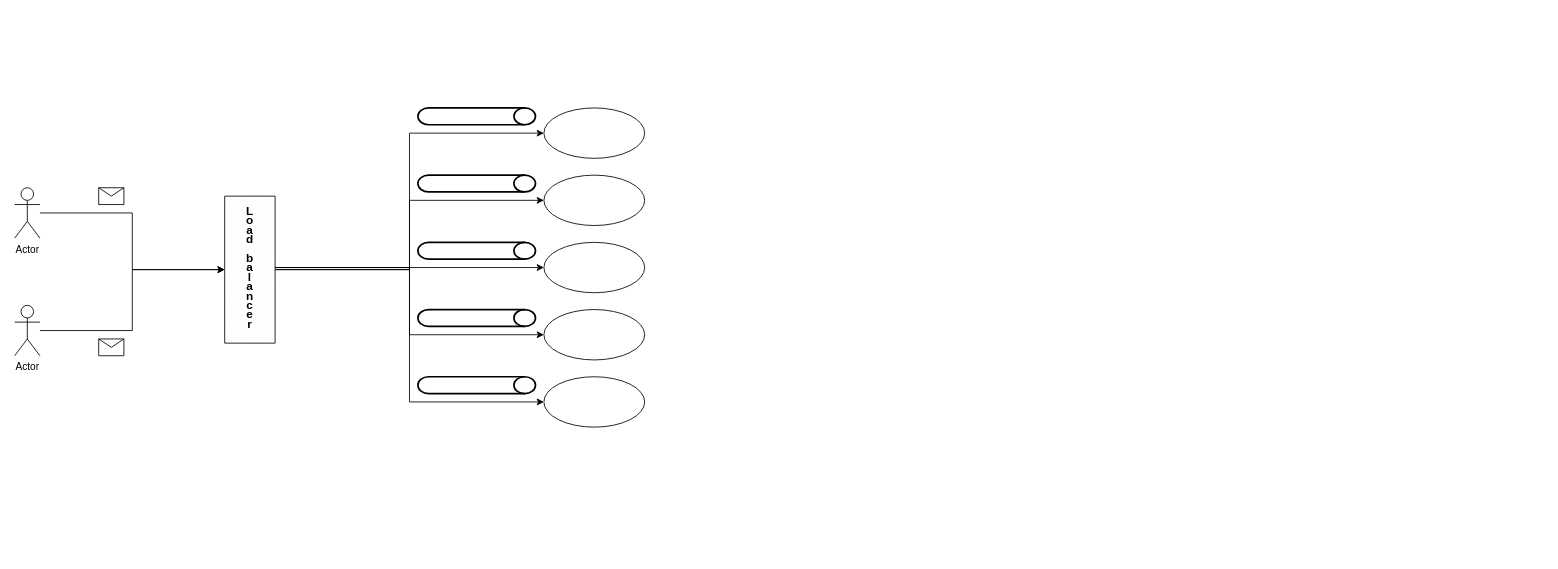
Before: msgLengthCntAggrigator.drawio in mr-optimizer/System_architecture_diagrams, a draw.io diagram. Source tidied: cells renumbered, new cells numbered last; positions are measured from the earlier drawing's top-left corner, leaving out a move shared by most shapes. Both pictures are drawn from the tidied source at 84%, with x=0, y=0 at pixel (14, 108).
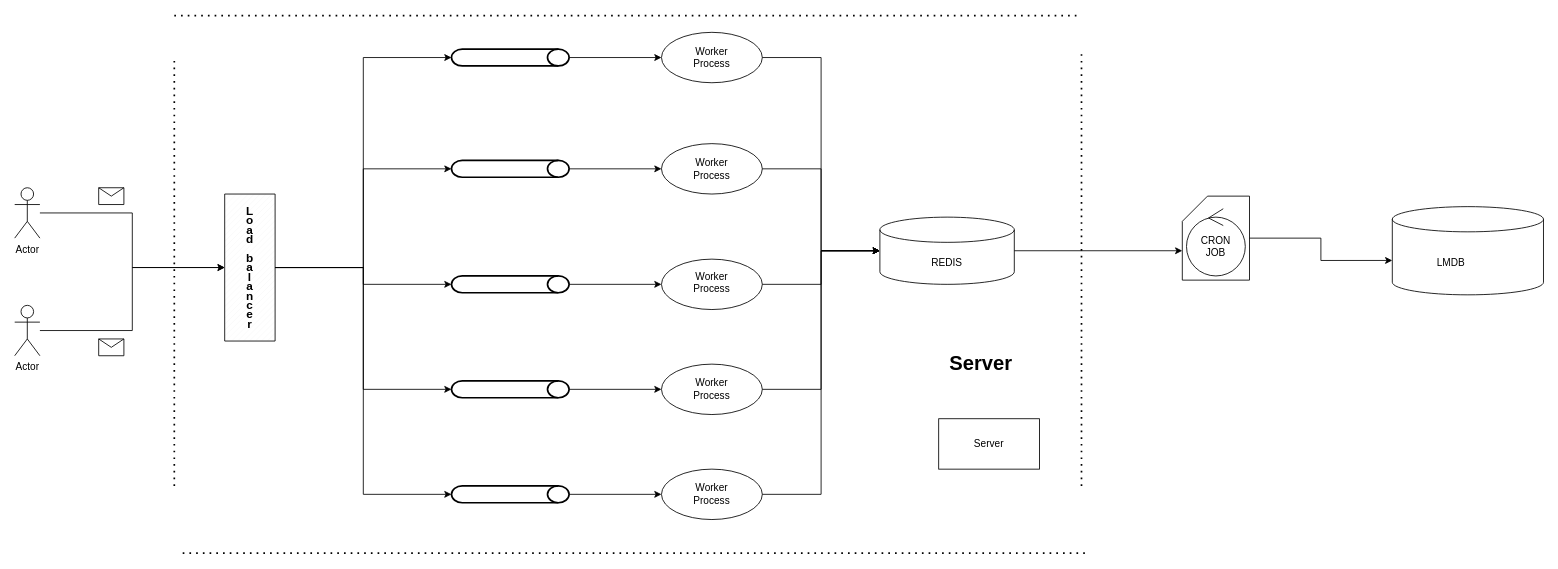
Above is the later version.

The change refers to these unchanged cells:
```xml
<mxCell id="14" value="&lt;p style=&quot;line-height: 80%; font-size: 14px;&quot;&gt;&lt;b&gt;L&lt;br&gt;o&lt;br&gt;a&lt;br&gt;d&lt;br&gt;&lt;br&gt;b&lt;br&gt;a&lt;br&gt;l&lt;br&gt;a&lt;br&gt;n&lt;br&gt;c&lt;br&gt;e&lt;br&gt;r&lt;/b&gt;&lt;/p&gt;" style="text;html=1;strokeColor=none;fillColor=none;align=center;verticalAlign=middle;whiteSpace=wrap;rounded=0;" parent="1" vertex="1">
  <mxGeometry x="250" y="175" width="60" height="30" as="geometry" />
</mxCell>
```

Diff of the diagram source:
```diff
@@
-    <mxCell id="3" style="edgeStyle=orthogonalEdgeStyle;rounded=0;jettySize=auto;html=1;entryX=0;entryY=0.5;entryDx=0;entryDy=0;" parent="1" edge="1" source="5" target="15">
+    <mxCell id="3" style="edgeStyle=orthogonalEdgeStyle;rounded=0;jettySize=auto;html=1;entryX=0;entryY=0.5;entryDx=0;entryDy=0;entryPerimeter=0;" parent="1" edge="1" source="5" target="20">
       <mxGeometry relative="1" as="geometry" />
     </mxCell>
-    <mxCell id="4" style="edgeStyle=orthogonalEdgeStyle;rounded=0;jettySize=auto;html=1;entryX=0;entryY=0.5;entryDx=0;entryDy=0;" parent="1" edge="1" source="5" target="16">
+    <mxCell id="4" style="edgeStyle=orthogonalEdgeStyle;rounded=0;jettySize=auto;html=1;entryX=0;entryY=0.5;entryDx=0;entryDy=0;entryPerimeter=0;" parent="1" edge="1" source="5" target="21">
       <mxGeometry relative="1" as="geometry" />
     </mxCell>
     <mxCell id="5" style="verticalLabelPosition=bottom;verticalAlign=top;html=1;shape=mxgraph.basic.patternFillRect;fillStyle=diag;step=5;fillStrokeWidth=0.2;fillStrokeColor=#dddddd;" parent="1" vertex="1">
-      <mxGeometry x="250" y="105" width="60" height="175" as="geometry" />
+      <mxGeometry x="250" y="102.5" width="60" height="175" as="geometry" />
     </mxCell>
@@
-    <mxCell id="11" style="edgeStyle=orthogonalEdgeStyle;rounded=0;jettySize=auto;html=1;entryX=0;entryY=0.5;entryDx=0;entryDy=0;" parent="1" edge="1" source="14" target="17">
+    <mxCell id="11" style="edgeStyle=orthogonalEdgeStyle;rounded=0;jettySize=auto;html=1;entryX=0;entryY=0.5;entryDx=0;entryDy=0;entryPerimeter=0;" parent="1" edge="1" source="14" target="22">
       <mxGeometry relative="1" as="geometry" />
     </mxCell>
-    <mxCell id="12" style="edgeStyle=orthogonalEdgeStyle;rounded=0;jettySize=auto;html=1;entryX=0;entryY=0.5;entryDx=0;entryDy=0;" parent="1" edge="1" source="14" target="18">
+    <mxCell id="12" style="edgeStyle=orthogonalEdgeStyle;rounded=0;jettySize=auto;html=1;entryX=0;entryY=0.5;entryDx=0;entryDy=0;entryPerimeter=0;" parent="1" edge="1" source="14" target="23">
       <mxGeometry relative="1" as="geometry" />
     </mxCell>
-    <mxCell id="13" style="edgeStyle=orthogonalEdgeStyle;rounded=0;jettySize=auto;html=1;entryX=0;entryY=0.5;entryDx=0;entryDy=0;" parent="1" edge="1" source="14" target="19">
+    <mxCell id="13" style="edgeStyle=orthogonalEdgeStyle;rounded=0;jettySize=auto;html=1;entryX=0;entryY=0.5;entryDx=0;entryDy=0;entryPerimeter=0;" parent="1" edge="1" source="14" target="24">
       <mxGeometry relative="1" as="geometry" />
     </mxCell>
@@
     <mxCell id="15" style="ellipse;whiteSpace=wrap;html=1;" parent="1" vertex="1">
-      <mxGeometry x="630" width="120" height="60" as="geometry" />
+      <mxGeometry x="770" y="-90" width="120" height="60" as="geometry" />
     </mxCell>
     <mxCell id="16" style="ellipse;whiteSpace=wrap;html=1;" parent="1" vertex="1">
-      <mxGeometry x="630" y="80" width="120" height="60" as="geometry" />
+      <mxGeometry x="770" y="42.5" width="120" height="60" as="geometry" />
     </mxCell>
     <mxCell id="17" style="ellipse;whiteSpace=wrap;html=1;" parent="1" vertex="1">
-      <mxGeometry x="630" y="160" width="120" height="60" as="geometry" />
+      <mxGeometry x="770" y="180" width="120" height="60" as="geometry" />
     </mxCell>
     <mxCell id="18" style="ellipse;whiteSpace=wrap;html=1;" parent="1" vertex="1">
-      <mxGeometry x="630" y="240" width="120" height="60" as="geometry" />
+      <mxGeometry x="770" y="305" width="120" height="60" as="geometry" />
     </mxCell>
     <mxCell id="19" style="ellipse;whiteSpace=wrap;html=1;" parent="1" vertex="1">
-      <mxGeometry x="630" y="320" width="120" height="60" as="geometry" />
+      <mxGeometry x="770" y="430" width="120" height="60" as="geometry" />
     </mxCell>
+    <mxCell id="25" style="edgeStyle=orthogonalEdgeStyle;rounded=0;jettySize=auto;html=1;entryX=0;entryY=0.5;entryDx=0;entryDy=0;" parent="1" edge="1" source="20" target="15">
+      <mxGeometry relative="1" as="geometry" />
+    </mxCell>
     <mxCell id="20" style="strokeWidth=2;html=1;shape=mxgraph.flowchart.direct_data;whiteSpace=wrap;" parent="1" vertex="1">
-      <mxGeometry x="480" width="140" height="20" as="geometry" />
+      <mxGeometry x="520" y="-70" width="140" height="20" as="geometry" />
     </mxCell>
+    <mxCell id="26" style="edgeStyle=orthogonalEdgeStyle;rounded=0;jettySize=auto;html=1;entryX=0;entryY=0.5;entryDx=0;entryDy=0;" parent="1" edge="1" source="21" target="16">
+      <mxGeometry relative="1" as="geometry" />
+    </mxCell>
     <mxCell id="21" style="strokeWidth=2;html=1;shape=mxgraph.flowchart.direct_data;whiteSpace=wrap;" parent="1" vertex="1">
-      <mxGeometry x="480" y="80" width="140" height="20" as="geometry" />
+      <mxGeometry x="520" y="62.5" width="140" height="20" as="geometry" />
     </mxCell>
+    <mxCell id="27" style="edgeStyle=orthogonalEdgeStyle;rounded=0;jettySize=auto;html=1;entryX=0;entryY=0.5;entryDx=0;entryDy=0;" parent="1" edge="1" source="22" target="17">
+      <mxGeometry relative="1" as="geometry" />
+    </mxCell>
     <mxCell id="22" style="strokeWidth=2;html=1;shape=mxgraph.flowchart.direct_data;whiteSpace=wrap;" parent="1" vertex="1">
-      <mxGeometry x="480" y="160" width="140" height="20" as="geometry" />
+      <mxGeometry x="520" y="200" width="140" height="20" as="geometry" />
     </mxCell>
+    <mxCell id="28" style="edgeStyle=orthogonalEdgeStyle;rounded=0;jettySize=auto;html=1;entryX=0;entryY=0.5;entryDx=0;entryDy=0;" parent="1" edge="1" source="23" target="18">
+      <mxGeometry relative="1" as="geometry" />
+    </mxCell>
     <mxCell id="23" style="strokeWidth=2;html=1;shape=mxgraph.flowchart.direct_data;whiteSpace=wrap;" parent="1" vertex="1">
-      <mxGeometry x="480" y="240" width="140" height="20" as="geometry" />
+      <mxGeometry x="520" y="325" width="140" height="20" as="geometry" />
     </mxCell>
+    <mxCell id="29" style="edgeStyle=orthogonalEdgeStyle;rounded=0;jettySize=auto;html=1;entryX=0;entryY=0.5;entryDx=0;entryDy=0;" parent="1" edge="1" source="24" target="19">
+      <mxGeometry relative="1" as="geometry" />
+    </mxCell>
     <mxCell id="24" style="strokeWidth=2;html=1;shape=mxgraph.flowchart.direct_data;whiteSpace=wrap;" parent="1" vertex="1">
-      <mxGeometry x="480" y="320" width="140" height="20" as="geometry" />
+      <mxGeometry x="520" y="450" width="140" height="20" as="geometry" />
     </mxCell>
+    <mxCell id="30" value="Worker&lt;br&gt;Process" style="text;html=1;strokeColor=none;fillColor=none;align=center;verticalAlign=middle;whiteSpace=wrap;rounded=0;" parent="1" vertex="1">
+      <mxGeometry x="800" y="-75" width="60" height="30" as="geometry" />
+    </mxCell>
+    <mxCell id="31" value="Worker&lt;br&gt;Process" style="text;html=1;strokeColor=none;fillColor=none;align=center;verticalAlign=middle;whiteSpace=wrap;rounded=0;" parent="1" vertex="1">
+      <mxGeometry x="800" y="57.5" width="60" height="30" as="geometry" />
+    </mxCell>
+    <mxCell id="32" value="Worker&lt;br&gt;Process" style="text;html=1;strokeColor=none;fillColor=none;align=center;verticalAlign=middle;whiteSpace=wrap;rounded=0;" parent="1" vertex="1">
+      <mxGeometry x="800" y="192.5" width="60" height="30" as="geometry" />
+    </mxCell>
+    <mxCell id="33" value="Worker&lt;br&gt;Process" style="text;html=1;strokeColor=none;fillColor=none;align=center;verticalAlign=middle;whiteSpace=wrap;rounded=0;" parent="1" vertex="1">
+      <mxGeometry x="800" y="320" width="60" height="30" as="geometry" />
+    </mxCell>
+    <mxCell id="34" value="Worker&lt;br&gt;Process" style="text;html=1;strokeColor=none;fillColor=none;align=center;verticalAlign=middle;whiteSpace=wrap;rounded=0;" parent="1" vertex="1">
+      <mxGeometry x="800" y="445" width="60" height="30" as="geometry" />
+    </mxCell>
+    <mxCell id="35" style="shape=cylinder3;whiteSpace=wrap;html=1;boundedLbl=1;backgroundOutline=1;size=15;" parent="1" vertex="1">
+      <mxGeometry x="1030" y="130" width="160" height="80" as="geometry" />
+    </mxCell>
+    <mxCell id="36" style="edgeStyle=orthogonalEdgeStyle;rounded=0;jettySize=auto;html=1;entryX=0;entryY=0.5;entryDx=0;entryDy=0;entryPerimeter=0;" parent="1" edge="1" source="15" target="35">
+      <mxGeometry relative="1" as="geometry" />
+    </mxCell>
+    <mxCell id="37" style="edgeStyle=orthogonalEdgeStyle;rounded=0;jettySize=auto;html=1;entryX=0;entryY=0.5;entryDx=0;entryDy=0;entryPerimeter=0;" parent="1" edge="1" source="16" target="35">
+      <mxGeometry relative="1" as="geometry" />
+    </mxCell>
+    <mxCell id="38" style="edgeStyle=orthogonalEdgeStyle;rounded=0;jettySize=auto;html=1;entryX=0;entryY=0.5;entryDx=0;entryDy=0;entryPerimeter=0;" parent="1" edge="1" source="17" target="35">
+      <mxGeometry relative="1" as="geometry" />
+    </mxCell>
+    <mxCell id="39" style="edgeStyle=orthogonalEdgeStyle;rounded=0;jettySize=auto;html=1;entryX=0;entryY=0.5;entryDx=0;entryDy=0;entryPerimeter=0;" parent="1" edge="1" source="18" target="35">
+      <mxGeometry relative="1" as="geometry" />
+    </mxCell>
+    <mxCell id="40" style="edgeStyle=orthogonalEdgeStyle;rounded=0;jettySize=auto;html=1;entryX=0;entryY=0.5;entryDx=0;entryDy=0;entryPerimeter=0;" parent="1" edge="1" source="19" target="35">
+      <mxGeometry relative="1" as="geometry" />
+    </mxCell>
+    <mxCell id="41" value="REDIS" style="text;html=1;strokeColor=none;fillColor=none;align=center;verticalAlign=middle;whiteSpace=wrap;rounded=0;" parent="1" vertex="1">
+      <mxGeometry x="1080" y="170" width="60" height="30" as="geometry" />
+    </mxCell>
+    <mxCell id="42" style="endArrow=none;dashed=1;html=1;dashPattern=1 3;strokeWidth=2;rounded=0;" parent="1" edge="1">
+      <mxGeometry relative="1" as="geometry">
+        <mxPoint x="190" y="-110" as="sourcePoint" />
+        <mxPoint x="1270" y="-110" as="targetPoint" />
+      </mxGeometry>
+    </mxCell>
+    <mxCell id="43" style="endArrow=none;dashed=1;html=1;dashPattern=1 3;strokeWidth=2;rounded=0;" parent="1" edge="1">
+      <mxGeometry relative="1" as="geometry">
+        <mxPoint x="190" y="450" as="sourcePoint" />
+        <mxPoint x="190" y="-60" as="targetPoint" />
+      </mxGeometry>
+    </mxCell>
+    <mxCell id="44" style="endArrow=none;dashed=1;html=1;dashPattern=1 3;strokeWidth=2;rounded=0;" parent="1" edge="1">
+      <mxGeometry relative="1" as="geometry">
+        <mxPoint x="1270" y="450" as="sourcePoint" />
+        <mxPoint x="1270" y="-70" as="targetPoint" />
+      </mxGeometry>
+    </mxCell>
+    <mxCell id="45" style="endArrow=none;dashed=1;html=1;dashPattern=1 3;strokeWidth=2;rounded=0;" parent="1" edge="1">
+      <mxGeometry relative="1" as="geometry">
+        <mxPoint x="200" y="530" as="sourcePoint" />
+        <mxPoint x="1280" y="530" as="targetPoint" />
+      </mxGeometry>
+    </mxCell>
+    <mxCell id="46" style="rounded=0;whiteSpace=wrap;html=1;" parent="1" vertex="1">
+      <mxGeometry x="1100" y="370" width="120" height="60" as="geometry" />
+    </mxCell>
+    <mxCell id="47" value="Server" style="text;html=1;strokeColor=none;fillColor=none;align=center;verticalAlign=middle;whiteSpace=wrap;rounded=0;" parent="1" vertex="1">
+      <mxGeometry x="1130" y="385" width="60" height="30" as="geometry" />
+    </mxCell>
+    <mxCell id="48" style="shape=cylinder3;whiteSpace=wrap;html=1;boundedLbl=1;backgroundOutline=1;size=15;" parent="1" vertex="1">
+      <mxGeometry x="1640" y="117.5" width="180" height="105" as="geometry" />
+    </mxCell>
+    <mxCell id="49" value="LMDB" style="text;html=1;strokeColor=none;fillColor=none;align=center;verticalAlign=middle;whiteSpace=wrap;rounded=0;" parent="1" vertex="1">
+      <mxGeometry x="1680" y="170" width="60" height="30" as="geometry" />
+    </mxCell>
+    <mxCell id="50" style="shape=card;whiteSpace=wrap;html=1;" parent="1" vertex="1">
+      <mxGeometry x="1390" y="105" width="80" height="100" as="geometry" />
+    </mxCell>
+    <mxCell id="51" value="Server" style="text;strokeColor=none;fillColor=none;html=1;fontSize=24;fontStyle=1;verticalAlign=middle;align=center;" parent="1" vertex="1">
+      <mxGeometry x="1100" y="285" width="100" height="40" as="geometry" />
+    </mxCell>
+    <mxCell id="52" value="CRON&lt;br&gt;JOB" style="ellipse;shape=umlControl;whiteSpace=wrap;html=1;" parent="1" vertex="1">
+      <mxGeometry x="1395" y="120" width="70" height="80" as="geometry" />
+    </mxCell>
+    <mxCell id="53" style="edgeStyle=orthogonalEdgeStyle;rounded=0;jettySize=auto;html=1;entryX=0;entryY=0;entryDx=0;entryDy=65;entryPerimeter=0;" parent="1" edge="1" source="35" target="50">
+      <mxGeometry relative="1" as="geometry" />
+    </mxCell>
+    <mxCell id="54" style="edgeStyle=orthogonalEdgeStyle;rounded=0;jettySize=auto;html=1;entryX=0;entryY=0.61;entryDx=0;entryDy=0;entryPerimeter=0;" parent="1" edge="1" source="50" target="48">
+      <mxGeometry relative="1" as="geometry" />
+    </mxCell>
```
